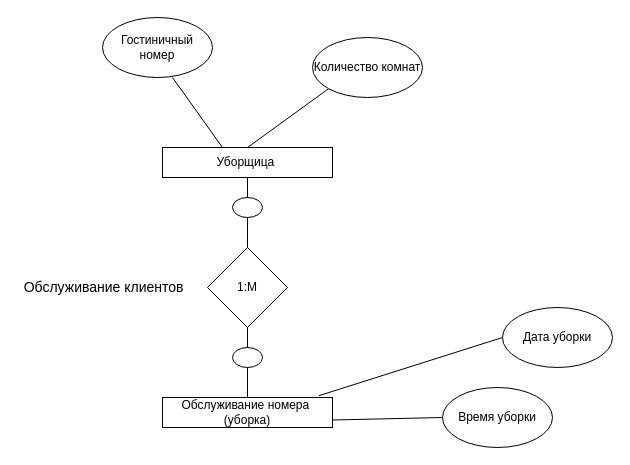
klauff/First keeps this draw.io diagram as Untitled Diagram.drawio. Above is the earlier version. Source tidied: cells renumbered, new cells numbered last; positions are measured from the earlier drawing's top-left corner, leaving out a move shared by most shapes. Both pictures are drawn from the tidied source at 100%, with x=0, y=0 at pixel (17, 17).
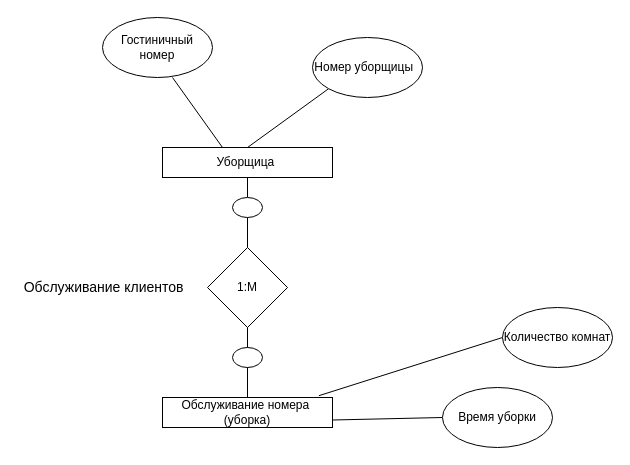
After the change.

Diff of the diagram source:
```diff
@@
-    <mxCell id="6" value="Количество комнат" style="ellipse;whiteSpace=wrap;html=1;" parent="1" vertex="1">
+    <mxCell id="6" value="Номер уборщицы&amp;nbsp;&amp;nbsp;" style="ellipse;whiteSpace=wrap;html=1;" parent="1" vertex="1">
       <mxGeometry x="295" y="20" width="110" height="60" as="geometry" />
     </mxCell>
@@
-    <mxCell id="16" value="Дата уборки" style="ellipse;whiteSpace=wrap;html=1;" parent="1" vertex="1">
+    <mxCell id="16" value="Количество комнат" style="ellipse;whiteSpace=wrap;html=1;" parent="1" vertex="1">
       <mxGeometry x="485" y="290" width="110" height="60" as="geometry" />
     </mxCell>
```
